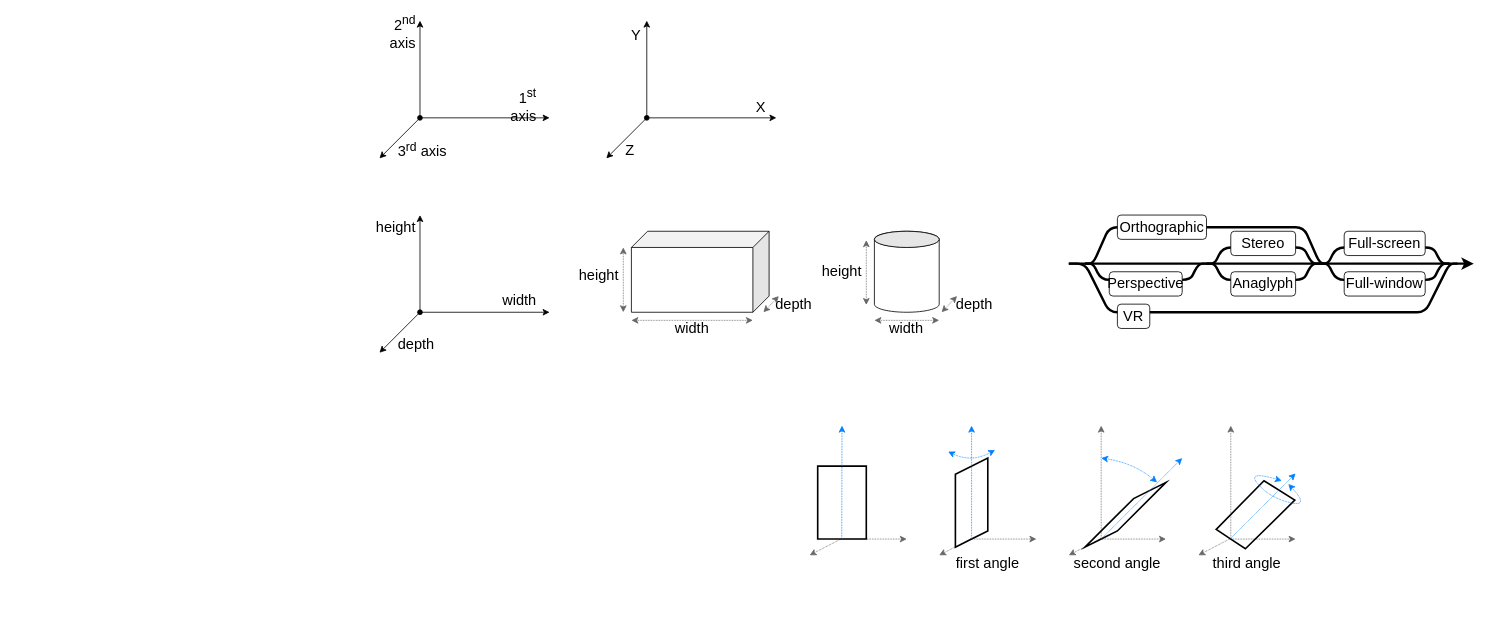
Earlier version of the draw.io diagram docs/images/images.drawio (boytchev/suica). Source tidied: cells renumbered, new cells numbered last; positions are measured from the earlier drawing's top-left corner, leaving out a move shared by most shapes. Both pictures are drawn from the tidied source at 81%, with x=0, y=0 at pixel (369, 20).
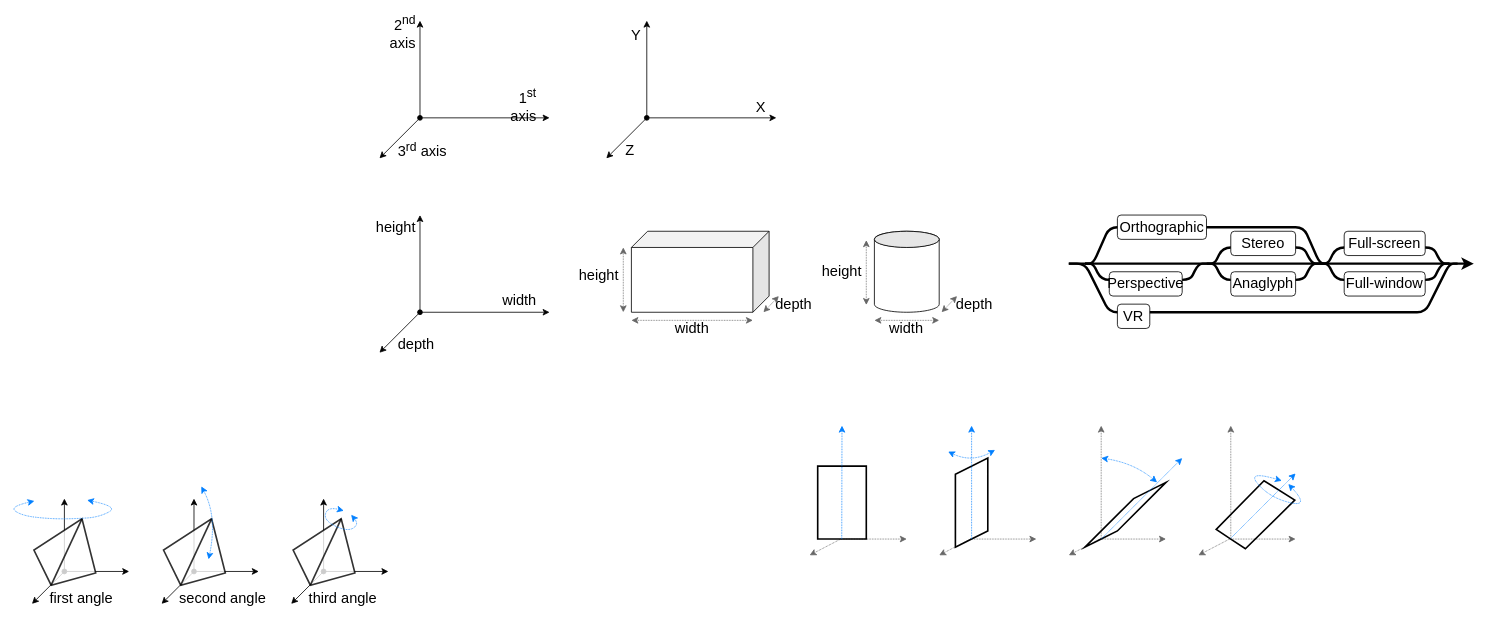
The same page after the edit.

The edit, as a diff of the source:
```diff
@@
-    <mxCell id="50" value="first angle" style="text;html=1;strokeColor=none;fillColor=none;align=center;verticalAlign=middle;whiteSpace=wrap;rounded=0;fontFamily=Calibri;fontSize=18;" parent="1" vertex="1">
-      <mxGeometry x="704" y="660" width="120" height="20" as="geometry" />
+    <mxCell id="50" value="first angle" style="text;html=1;strokeColor=none;fillColor=none;align=left;verticalAlign=middle;whiteSpace=wrap;rounded=0;fontFamily=Calibri;fontSize=18;" parent="1" vertex="1">
+      <mxGeometry x="-396" y="703" width="120" height="20" as="geometry" />
     </mxCell>
-    <mxCell id="51" value="second angle" style="text;html=1;strokeColor=none;fillColor=none;align=center;verticalAlign=middle;whiteSpace=wrap;rounded=0;fontFamily=Calibri;fontSize=18;" parent="1" vertex="1">
-      <mxGeometry x="864" y="660" width="120" height="20" as="geometry" />
+    <mxCell id="51" value="second angle" style="text;html=1;strokeColor=none;fillColor=none;align=left;verticalAlign=middle;whiteSpace=wrap;rounded=0;fontFamily=Calibri;fontSize=18;" parent="1" vertex="1">
+      <mxGeometry x="-236" y="703" width="120" height="20" as="geometry" />
     </mxCell>
-    <mxCell id="52" value="third angle" style="text;html=1;strokeColor=none;fillColor=none;align=center;verticalAlign=middle;whiteSpace=wrap;rounded=0;fontFamily=Calibri;fontSize=18;" parent="1" vertex="1">
-      <mxGeometry x="1024" y="660" width="120" height="20" as="geometry" />
+    <mxCell id="52" value="third angle" style="text;html=1;strokeColor=none;fillColor=none;align=left;verticalAlign=middle;whiteSpace=wrap;rounded=0;fontFamily=Calibri;fontSize=18;" parent="1" vertex="1">
+      <mxGeometry x="-76" y="703" width="120" height="20" as="geometry" />
     </mxCell>
@@
+    <mxCell id="74" style="endArrow=classic;html=1;rounded=0;" parent="1" edge="1">
+      <mxGeometry relative="1" as="geometry">
+        <mxPoint x="-376" y="680" as="sourcePoint" />
+        <mxPoint x="-376" y="590" as="targetPoint" />
+      </mxGeometry>
+    </mxCell>
+    <mxCell id="75" style="endArrow=classic;html=1;rounded=0;startArrow=oval;startFill=1;" parent="1" edge="1">
+      <mxGeometry relative="1" as="geometry">
+        <mxPoint x="-376" y="680" as="sourcePoint" />
+        <mxPoint x="-296" y="680" as="targetPoint" />
+      </mxGeometry>
+    </mxCell>
+    <mxCell id="76" style="endArrow=classic;html=1;rounded=0;" parent="1" edge="1">
+      <mxGeometry relative="1" as="geometry">
+        <mxPoint x="-376" y="680" as="sourcePoint" />
+        <mxPoint x="-416" y="720" as="targetPoint" />
+      </mxGeometry>
+    </mxCell>
+    <mxCell id="77" style="verticalLabelPosition=bottom;verticalAlign=top;html=1;shape=mxgraph.basic.pyramid;dx1=0.4;dx2=0.5;dy1=0.7;dy2=0.55;strokeWidth=2;opacity=80;rotation=30;" parent="1" vertex="1">
+      <mxGeometry x="-410" y="613" width="80.3" height="90" as="geometry" />
+    </mxCell>
+    <mxCell id="78" style="endArrow=classic;html=1;strokeColor=#007FFF;strokeWidth=1;startArrow=classic;startFill=1;dashed=1;dashPattern=1 1;curved=1;" parent="1" edge="1">
+      <mxGeometry relative="1" as="geometry">
+        <mxPoint x="-413" y="593" as="sourcePoint" />
+        <mxPoint x="-348" y="592" as="targetPoint" />
+        <Array as="points">
+          <mxPoint x="-444" y="600" />
+          <mxPoint x="-429" y="611" />
+          <mxPoint x="-395" y="615" />
+          <mxPoint x="-364" y="615" />
+          <mxPoint x="-333" y="613" />
+          <mxPoint x="-309" y="600" />
+        </Array>
+      </mxGeometry>
+    </mxCell>
+    <mxCell id="79" style="endArrow=classic;html=1;rounded=0;" parent="1" edge="1">
+      <mxGeometry relative="1" as="geometry">
+        <mxPoint x="-216" y="680" as="sourcePoint" />
+        <mxPoint x="-216" y="590" as="targetPoint" />
+      </mxGeometry>
+    </mxCell>
+    <mxCell id="80" style="endArrow=classic;html=1;rounded=0;startArrow=oval;startFill=1;" parent="1" edge="1">
+      <mxGeometry relative="1" as="geometry">
+        <mxPoint x="-216" y="680" as="sourcePoint" />
+        <mxPoint x="-136" y="680" as="targetPoint" />
+      </mxGeometry>
+    </mxCell>
+    <mxCell id="81" style="endArrow=classic;html=1;rounded=0;" parent="1" edge="1">
+      <mxGeometry relative="1" as="geometry">
+        <mxPoint x="-216" y="680" as="sourcePoint" />
+        <mxPoint x="-256" y="720" as="targetPoint" />
+      </mxGeometry>
+    </mxCell>
+    <mxCell id="82" style="verticalLabelPosition=bottom;verticalAlign=top;html=1;shape=mxgraph.basic.pyramid;dx1=0.4;dx2=0.5;dy1=0.7;dy2=0.55;strokeWidth=2;opacity=80;rotation=30;" parent="1" vertex="1">
+      <mxGeometry x="-250" y="613" width="80.3" height="90" as="geometry" />
+    </mxCell>
+    <mxCell id="83" style="endArrow=classic;html=1;strokeColor=#007FFF;strokeWidth=1;startArrow=classic;startFill=1;dashed=1;dashPattern=1 1;curved=1;" parent="1" edge="1">
+      <mxGeometry relative="1" as="geometry">
+        <mxPoint x="-198" y="665" as="sourcePoint" />
+        <mxPoint x="-207" y="575" as="targetPoint" />
+        <Array as="points">
+          <mxPoint x="-187" y="612" />
+        </Array>
+      </mxGeometry>
+    </mxCell>
+    <mxCell id="84" style="endArrow=classic;html=1;rounded=0;" parent="1" edge="1">
+      <mxGeometry relative="1" as="geometry">
+        <mxPoint x="-56" y="680" as="sourcePoint" />
+        <mxPoint x="-56" y="590" as="targetPoint" />
+      </mxGeometry>
+    </mxCell>
+    <mxCell id="85" style="endArrow=classic;html=1;rounded=0;startArrow=oval;startFill=1;" parent="1" edge="1">
+      <mxGeometry relative="1" as="geometry">
+        <mxPoint x="-56" y="680" as="sourcePoint" />
+        <mxPoint x="24" y="680" as="targetPoint" />
+      </mxGeometry>
+    </mxCell>
+    <mxCell id="86" style="endArrow=classic;html=1;rounded=0;" parent="1" edge="1">
+      <mxGeometry relative="1" as="geometry">
+        <mxPoint x="-56" y="680" as="sourcePoint" />
+        <mxPoint x="-96" y="720" as="targetPoint" />
+      </mxGeometry>
+    </mxCell>
+    <mxCell id="87" style="verticalLabelPosition=bottom;verticalAlign=top;html=1;shape=mxgraph.basic.pyramid;dx1=0.4;dx2=0.5;dy1=0.7;dy2=0.55;strokeWidth=2;opacity=80;rotation=30;" parent="1" vertex="1">
+      <mxGeometry x="-90" y="613" width="80.3" height="90" as="geometry" />
+    </mxCell>
+    <mxCell id="88" style="endArrow=classic;html=1;strokeColor=#007FFF;strokeWidth=1;startArrow=classic;startFill=1;dashed=1;dashPattern=1 1;curved=1;" parent="1" edge="1">
+      <mxGeometry relative="1" as="geometry">
+        <mxPoint x="-22" y="610" as="sourcePoint" />
+        <mxPoint x="-31" y="605" as="targetPoint" />
+        <Array as="points">
+          <mxPoint x="-12" y="622" />
+          <mxPoint x="-27" y="631" />
+          <mxPoint x="-56" y="617" />
+          <mxPoint x="-51" y="600" />
+        </Array>
+      </mxGeometry>
+    </mxCell>
```
